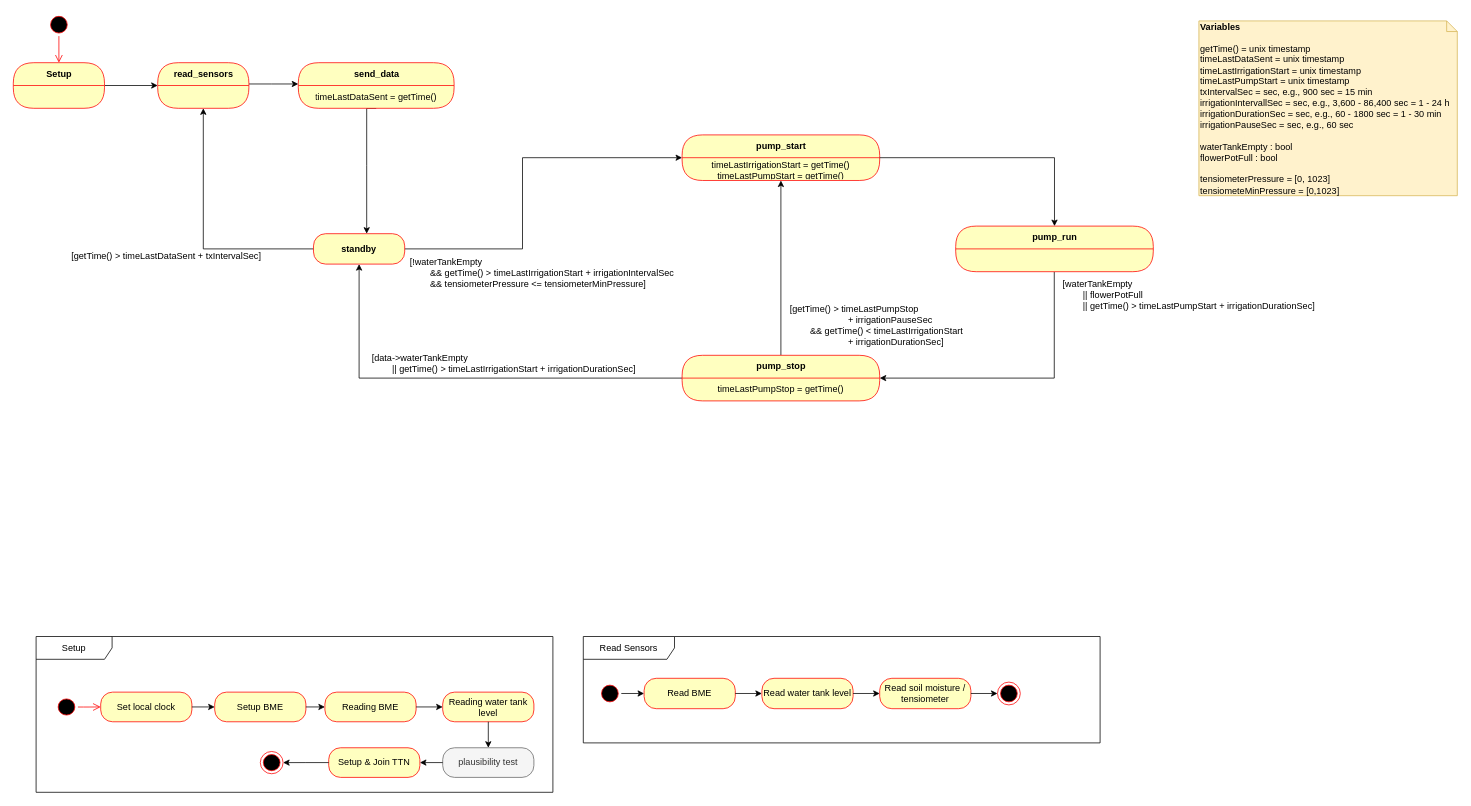
Before: program.drawio in temporaerhaus/ttn-ulm-hochbeet-node, a draw.io diagram. Source tidied: cells renumbered, new cells numbered last; positions are measured from the earlier drawing's top-left corner, leaving out a move shared by most shapes. Both pictures are drawn from the tidied source at 76%, with x=0, y=0 at pixel (13, 13).
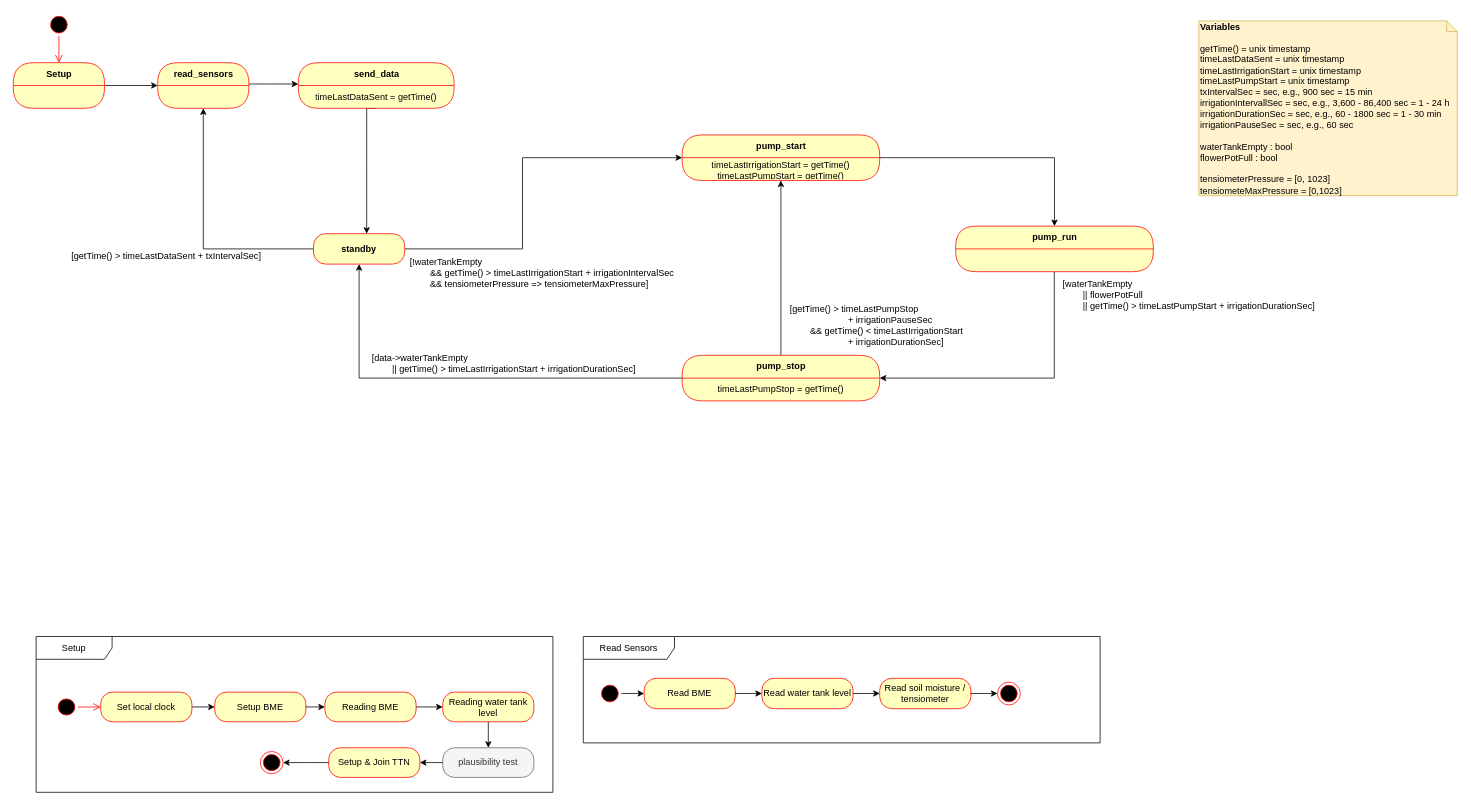
After the change.

Commit message:
update visual diagram accordingly

The change refers to these unchanged cells:
```xml
<mxCell id="5" style="edgeStyle=orthogonalEdgeStyle;rounded=0;jettySize=auto;html=1;entryX=0;entryY=0.5;entryDx=0;entryDy=0;" parent="1" edge="1" source="47" target="43">
  <mxGeometry relative="1" as="geometry">
    <Array as="points">
      <mxPoint x="670" y="310" />
      <mxPoint x="670" y="190" />
    </Array>
  </mxGeometry>
</mxCell>
```

Change to the diagram source:
```diff
@@
-    <mxCell id="4" value="&lt;b&gt;Variables&lt;/b&gt;&lt;br&gt;&lt;br&gt;getTime() = unix timestamp&lt;br&gt;timeLastDataSent = unix timestamp&lt;br&gt;timeLastIrrigationStart = unix timestamp&lt;br&gt;timeLastPumpStart = unix timestamp&lt;br&gt;txIntervalSec = sec, e.g., 900 sec = 15 min&lt;br&gt;irrigationIntervallSec = sec, e.g., 3,600 -&amp;nbsp;86,400 sec = 1 - 24 h&amp;nbsp;&lt;br&gt;irrigationDurationSec = sec, e.g., 60 - 1800 sec = 1 - 30 min&lt;br&gt;irrigationPauseSec = sec, e.g., 60 sec&lt;br&gt;&lt;br&gt;waterTankEmpty : bool&lt;br&gt;flowerPotFull : bool&lt;br&gt;&lt;br&gt;tensiometerPressure = [0, 1023]&lt;br&gt;tensiometeMinPressure = [0,1023]" style="shape=note;whiteSpace=wrap;html=1;size=14;verticalAlign=top;align=left;spacingTop=-6;fillColor=#fff2cc;strokeColor=#d6b656;" parent="1" vertex="1">
+    <mxCell id="4" value="&lt;b&gt;Variables&lt;/b&gt;&lt;br&gt;&lt;br&gt;getTime() = unix timestamp&lt;br&gt;timeLastDataSent = unix timestamp&lt;br&gt;timeLastIrrigationStart = unix timestamp&lt;br&gt;timeLastPumpStart = unix timestamp&lt;br&gt;txIntervalSec = sec, e.g., 900 sec = 15 min&lt;br&gt;irrigationIntervallSec = sec, e.g., 3,600 -&amp;nbsp;86,400 sec = 1 - 24 h&amp;nbsp;&lt;br&gt;irrigationDurationSec = sec, e.g., 60 - 1800 sec = 1 - 30 min&lt;br&gt;irrigationPauseSec = sec, e.g., 60 sec&lt;br&gt;&lt;br&gt;waterTankEmpty : bool&lt;br&gt;flowerPotFull : bool&lt;br&gt;&lt;br&gt;tensiometerPressure = [0, 1023]&lt;br&gt;tensiometeMaxPressure = [0,1023]" style="shape=note;whiteSpace=wrap;html=1;size=14;verticalAlign=top;align=left;spacingTop=-6;fillColor=#fff2cc;strokeColor=#d6b656;" parent="1" vertex="1">
       <mxGeometry x="1560" y="10" width="340" height="230" as="geometry" />
     </mxCell>
@@
-    <mxCell id="6" value="[!waterTankEmpty&lt;div&gt;&amp;nbsp; &amp;nbsp; &amp;nbsp; &amp;nbsp; &amp;amp;&amp;amp; getTime() &amp;gt; timeLastIrrigationStart + irrigationIntervalSec&lt;/div&gt;&amp;nbsp; &amp;nbsp; &amp;nbsp; &amp;nbsp; &amp;amp;&amp;amp; tensiometerPressure &amp;lt;= tensiometerMinPressure]" style="text;html=1;align=left;verticalAlign=middle;labelBackgroundColor=#ffffff;" parent="5" vertex="1">
+    <mxCell id="6" value="[!waterTankEmpty&lt;div&gt;&amp;nbsp; &amp;nbsp; &amp;nbsp; &amp;nbsp; &amp;amp;&amp;amp; getTime() &amp;gt; timeLastIrrigationStart + irrigationIntervalSec&lt;/div&gt;&amp;nbsp; &amp;nbsp; &amp;nbsp; &amp;nbsp; &amp;amp;&amp;amp; tensiometerPressure =&amp;gt; tensiometerMaxPressure]" style="text;html=1;align=left;verticalAlign=middle;labelBackgroundColor=#ffffff;" parent="5" vertex="1">
       <mxGeometry x="-0.32" y="-1" relative="1" as="geometry">
         <mxPoint x="-150.7" y="41" as="offset" />
       </mxGeometry>
     </mxCell>
```
